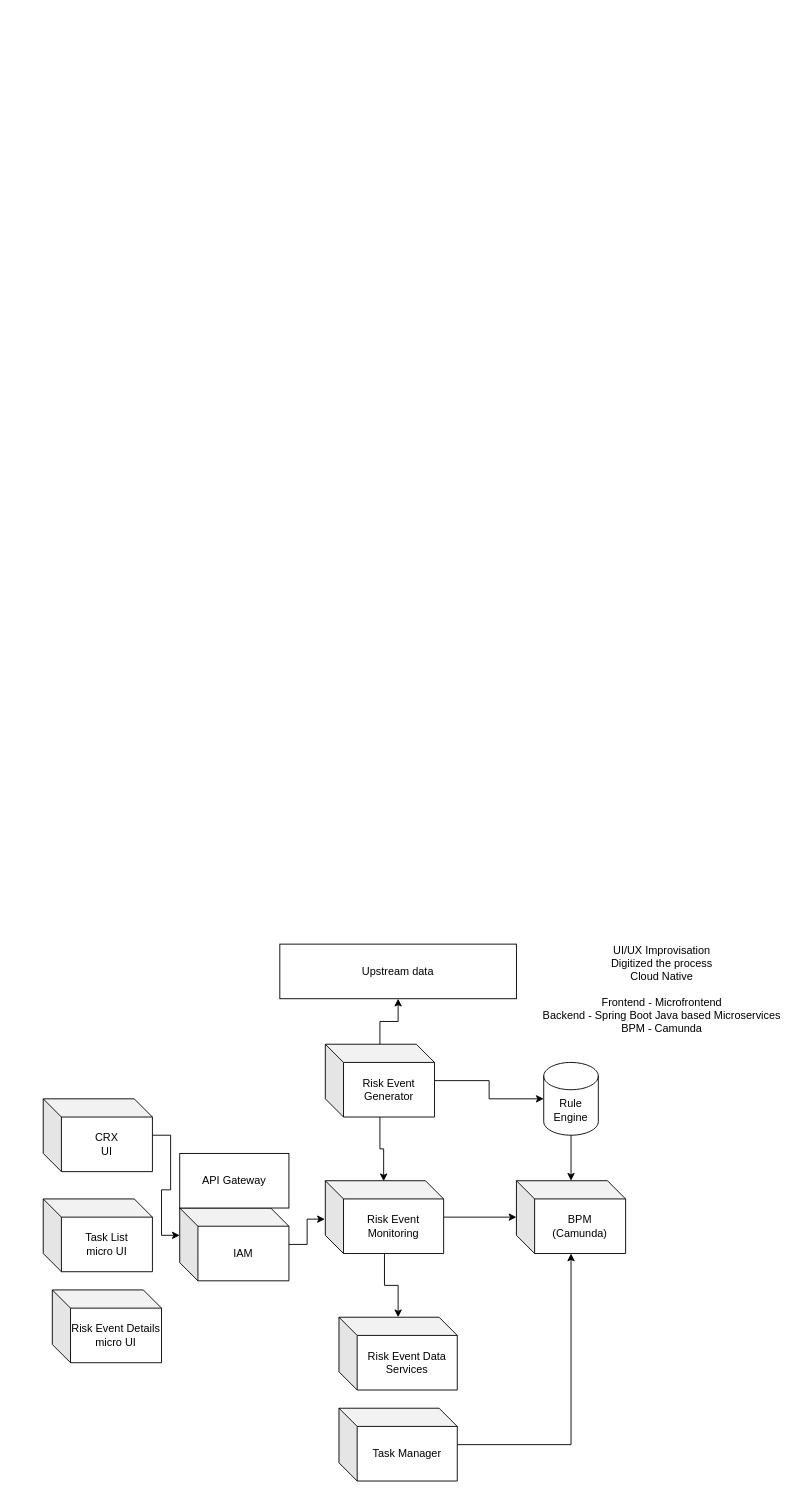
This is Untitled Diagram.drawio from achyuth-belgundi/architecture, a draw.io file, before an edit. Source tidied: cells renumbered, new cells numbered last; positions are measured from the earlier drawing's top-left corner, leaving out a move shared by most shapes. Both pictures are drawn from the tidied source at 91%, with x=0, y=0 at pixel (43, 925).
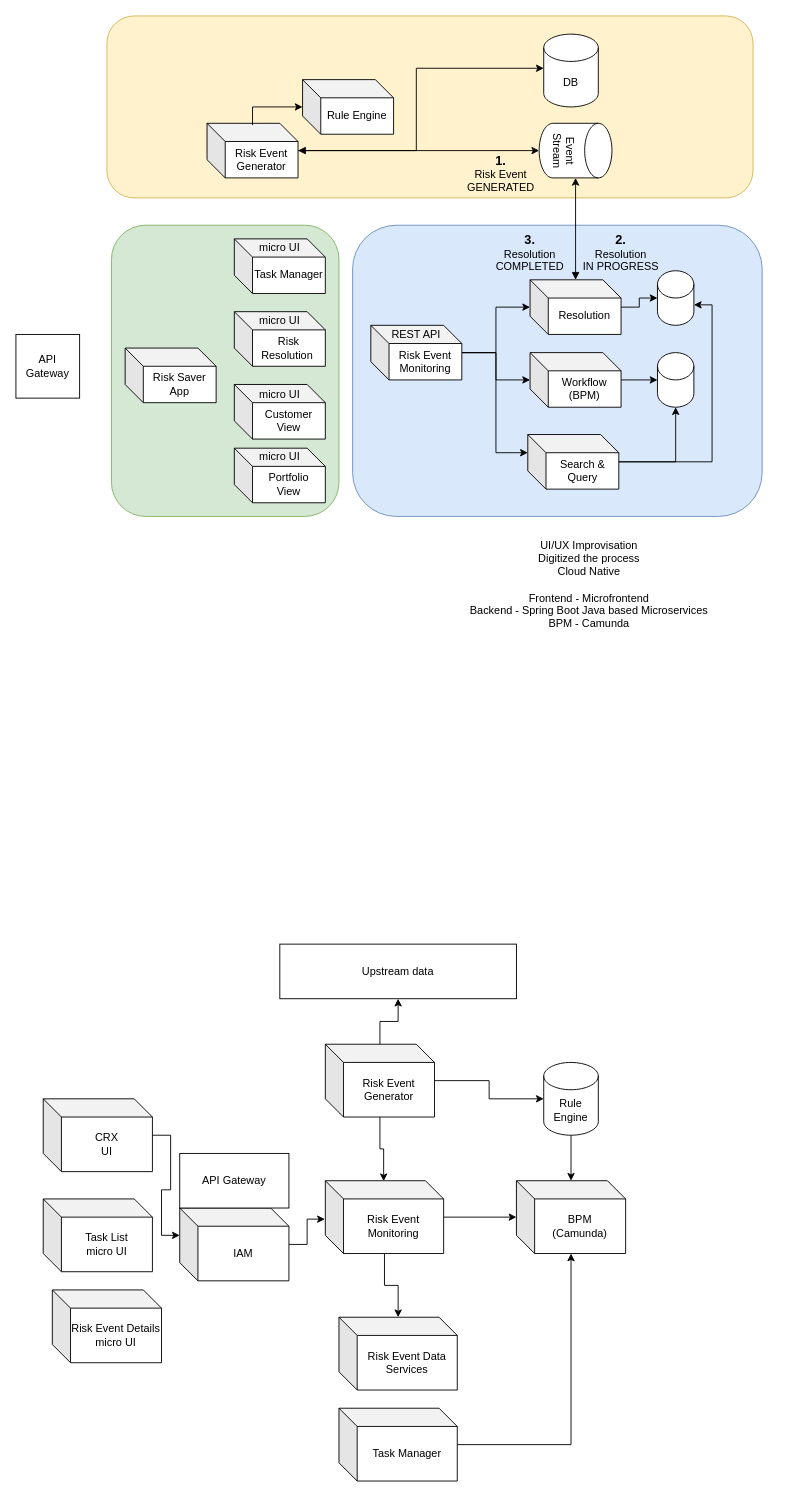
After the change.

Change to the diagram source:
```diff
@@
+    <mxCell id="24" style="rounded=1;whiteSpace=wrap;html=1;fillColor=#fff2cc;strokeColor=#d6b656;" parent="1" vertex="1">
+      <mxGeometry x="70" y="-1000" width="710" height="200" as="geometry" />
+    </mxCell>
+    <mxCell id="25" style="rounded=1;whiteSpace=wrap;html=1;fillColor=#dae8fc;strokeColor=#6c8ebf;" parent="1" vertex="1">
+      <mxGeometry x="340" y="-770" width="450" height="320" as="geometry" />
+    </mxCell>
+    <mxCell id="26" style="rounded=1;whiteSpace=wrap;html=1;fillColor=#d5e8d4;strokeColor=#82b366;" parent="1" vertex="1">
+      <mxGeometry x="75" y="-770" width="250" height="320" as="geometry" />
+    </mxCell>
     <mxCell id="2" value="UI/UX Improvisation&lt;br&gt;Digitized the process&lt;br&gt;Cloud Native&lt;br&gt;&lt;br&gt;Frontend - Microfrontend&lt;br&gt;Backend - Spring Boot Java based Microservices&lt;br&gt;BPM - Camunda" style="text;html=1;strokeColor=none;fillColor=none;align=center;verticalAlign=middle;whiteSpace=wrap;rounded=0;" parent="1" vertex="1">
-      <mxGeometry x="540" width="280" height="140" as="geometry" />
+      <mxGeometry x="460" y="-445" width="280" height="140" as="geometry" />
     </mxCell>
@@
+    <mxCell id="27" style="edgeStyle=orthogonalEdgeStyle;rounded=0;jettySize=auto;html=1;entryX=0;entryY=0;entryDx=0;entryDy=37.5;entryPerimeter=0;" parent="1" edge="1" source="29" target="40">
+      <mxGeometry relative="1" as="geometry">
+        <Array as="points">
+          <mxPoint x="410" y="-852" />
+          <mxPoint x="410" y="-942" />
+        </Array>
+      </mxGeometry>
+    </mxCell>
+    <mxCell id="28" style="edgeStyle=orthogonalEdgeStyle;rounded=0;jettySize=auto;html=1;entryX=0.5;entryY=1;entryDx=0;entryDy=0;entryPerimeter=0;startArrow=block;startFill=1;" parent="1" edge="1" source="29" target="57">
+      <mxGeometry relative="1" as="geometry">
+        <Array as="points">
+          <mxPoint x="545" y="-852" />
+        </Array>
+      </mxGeometry>
+    </mxCell>
+    <mxCell id="29" value="Risk Event Generator" style="shape=cube;whiteSpace=wrap;html=1;boundedLbl=1;backgroundOutline=1;darkOpacity=0.05;darkOpacity2=0.1;" parent="1" vertex="1">
+      <mxGeometry x="180" y="-882" width="100" height="60" as="geometry" />
+    </mxCell>
+    <mxCell id="30" style="edgeStyle=orthogonalEdgeStyle;rounded=0;jettySize=auto;html=1;" parent="1" edge="1" source="33" target="38">
+      <mxGeometry relative="1" as="geometry" />
+    </mxCell>
+    <mxCell id="31" style="edgeStyle=orthogonalEdgeStyle;rounded=0;jettySize=auto;html=1;" parent="1" edge="1" source="33" target="36">
+      <mxGeometry relative="1" as="geometry" />
+    </mxCell>
+    <mxCell id="32" style="edgeStyle=orthogonalEdgeStyle;rounded=0;jettySize=auto;html=1;entryX=0;entryY=0;entryDx=0;entryDy=20;entryPerimeter=0;" parent="1" edge="1" source="33" target="45">
+      <mxGeometry relative="1" as="geometry">
+        <Array as="points">
+          <mxPoint x="497.5" y="-630" />
+          <mxPoint x="497.5" y="-520" />
+        </Array>
+      </mxGeometry>
+    </mxCell>
+    <mxCell id="33" value="Risk Event Monitoring" style="shape=cube;whiteSpace=wrap;html=1;boundedLbl=1;backgroundOutline=1;darkOpacity=0.05;darkOpacity2=0.1;" parent="1" vertex="1">
+      <mxGeometry x="360" y="-660" width="100" height="60" as="geometry" />
+    </mxCell>
+    <mxCell id="34" style="edgeStyle=orthogonalEdgeStyle;rounded=0;jettySize=auto;html=1;entryX=0;entryY=0.5;entryDx=0;entryDy=0;entryPerimeter=0;" parent="1" edge="1" source="36" target="46">
+      <mxGeometry relative="1" as="geometry" />
+    </mxCell>
+    <mxCell id="35" style="edgeStyle=orthogonalEdgeStyle;rounded=0;jettySize=auto;html=1;startArrow=block;startFill=1;" parent="1" edge="1" source="36" target="57">
+      <mxGeometry relative="1" as="geometry" />
+    </mxCell>
+    <mxCell id="36" value="Resolution" style="shape=cube;whiteSpace=wrap;html=1;boundedLbl=1;backgroundOutline=1;darkOpacity=0.05;darkOpacity2=0.1;size=20;" parent="1" vertex="1">
+      <mxGeometry x="535" y="-710" width="100" height="60" as="geometry" />
+    </mxCell>
+    <mxCell id="37" style="edgeStyle=orthogonalEdgeStyle;rounded=0;jettySize=auto;html=1;" parent="1" edge="1" source="38" target="42">
+      <mxGeometry relative="1" as="geometry" />
+    </mxCell>
+    <mxCell id="38" value="Workflow (BPM)" style="shape=cube;whiteSpace=wrap;html=1;boundedLbl=1;backgroundOutline=1;darkOpacity=0.05;darkOpacity2=0.1;" parent="1" vertex="1">
+      <mxGeometry x="535" y="-630" width="100" height="60" as="geometry" />
+    </mxCell>
+    <mxCell id="39" value="Rule Engine" style="shape=cube;whiteSpace=wrap;html=1;boundedLbl=1;backgroundOutline=1;darkOpacity=0.05;darkOpacity2=0.1;" parent="1" vertex="1">
+      <mxGeometry x="285" y="-930" width="100" height="60" as="geometry" />
+    </mxCell>
+    <mxCell id="40" value="DB" style="shape=cylinder3;whiteSpace=wrap;html=1;boundedLbl=1;backgroundOutline=1;size=15;" parent="1" vertex="1">
+      <mxGeometry x="550" y="-980" width="60" height="80" as="geometry" />
+    </mxCell>
+    <mxCell id="41" style="endArrow=classic;html=1;rounded=0;" parent="1" edge="1" target="39">
+      <mxGeometry relative="1" as="geometry">
+        <mxPoint x="230" y="-880" as="sourcePoint" />
+        <Array as="points">
+          <mxPoint x="230" y="-900" />
+        </Array>
+      </mxGeometry>
+    </mxCell>
+    <mxCell id="42" style="shape=cylinder3;whiteSpace=wrap;html=1;boundedLbl=1;backgroundOutline=1;size=15;" parent="1" vertex="1">
+      <mxGeometry x="675" y="-630" width="40" height="60" as="geometry" />
+    </mxCell>
+    <mxCell id="43" style="edgeStyle=orthogonalEdgeStyle;rounded=0;jettySize=auto;html=1;entryX=0.5;entryY=1;entryDx=0;entryDy=0;entryPerimeter=0;" parent="1" edge="1" source="45" target="42">
+      <mxGeometry relative="1" as="geometry" />
+    </mxCell>
+    <mxCell id="44" style="edgeStyle=orthogonalEdgeStyle;rounded=0;jettySize=auto;html=1;entryX=1;entryY=0;entryDx=0;entryDy=37.5;entryPerimeter=0;" parent="1" edge="1" source="45" target="46">
+      <mxGeometry relative="1" as="geometry" />
+    </mxCell>
+    <mxCell id="45" value="Search &amp;amp; Query" style="shape=cube;whiteSpace=wrap;html=1;boundedLbl=1;backgroundOutline=1;darkOpacity=0.05;darkOpacity2=0.1;" parent="1" vertex="1">
+      <mxGeometry x="532.5" y="-540" width="100" height="60" as="geometry" />
+    </mxCell>
+    <mxCell id="46" style="shape=cylinder3;whiteSpace=wrap;html=1;boundedLbl=1;backgroundOutline=1;size=15;" parent="1" vertex="1">
+      <mxGeometry x="675" y="-720" width="40" height="60" as="geometry" />
+    </mxCell>
+    <mxCell id="47" value="API&lt;br&gt;Gateway" style="whiteSpace=wrap;html=1;" parent="1" vertex="1">
+      <mxGeometry x="-30" y="-650" width="70" height="70" as="geometry" />
+    </mxCell>
+    <mxCell id="48" value="Task Manager" style="shape=cube;whiteSpace=wrap;html=1;boundedLbl=1;backgroundOutline=1;darkOpacity=0.05;darkOpacity2=0.1;" parent="1" vertex="1">
+      <mxGeometry x="210" y="-755" width="100" height="60" as="geometry" />
+    </mxCell>
+    <mxCell id="49" value="Risk Resolution&amp;nbsp;" style="shape=cube;whiteSpace=wrap;html=1;boundedLbl=1;backgroundOutline=1;darkOpacity=0.05;darkOpacity2=0.1;" parent="1" vertex="1">
+      <mxGeometry x="210" y="-675" width="100" height="60" as="geometry" />
+    </mxCell>
+    <mxCell id="50" value="Customer View" style="shape=cube;whiteSpace=wrap;html=1;boundedLbl=1;backgroundOutline=1;darkOpacity=0.05;darkOpacity2=0.1;" parent="1" vertex="1">
+      <mxGeometry x="210" y="-595" width="100" height="60" as="geometry" />
+    </mxCell>
+    <mxCell id="51" value="Portfolio &lt;br&gt;View" style="shape=cube;whiteSpace=wrap;html=1;boundedLbl=1;backgroundOutline=1;darkOpacity=0.05;darkOpacity2=0.1;" parent="1" vertex="1">
+      <mxGeometry x="210" y="-525" width="100" height="60" as="geometry" />
+    </mxCell>
+    <mxCell id="52" value="micro UI" style="text;html=1;strokeColor=none;fillColor=none;align=center;verticalAlign=middle;whiteSpace=wrap;rounded=0;" parent="1" vertex="1">
+      <mxGeometry x="230" y="-760" width="60" height="30" as="geometry" />
+    </mxCell>
+    <mxCell id="53" value="micro UI" style="text;html=1;strokeColor=none;fillColor=none;align=center;verticalAlign=middle;whiteSpace=wrap;rounded=0;" parent="1" vertex="1">
+      <mxGeometry x="230" y="-680" width="60" height="30" as="geometry" />
+    </mxCell>
+    <mxCell id="54" value="micro UI" style="text;html=1;strokeColor=none;fillColor=none;align=center;verticalAlign=middle;whiteSpace=wrap;rounded=0;" parent="1" vertex="1">
+      <mxGeometry x="230" y="-595" width="60" height="22" as="geometry" />
+    </mxCell>
+    <mxCell id="55" value="micro UI" style="text;html=1;strokeColor=none;fillColor=none;align=center;verticalAlign=middle;whiteSpace=wrap;rounded=0;" parent="1" vertex="1">
+      <mxGeometry x="230" y="-530" width="60" height="30" as="geometry" />
+    </mxCell>
+    <mxCell id="56" value="Risk Saver&lt;br&gt;App" style="shape=cube;whiteSpace=wrap;html=1;boundedLbl=1;backgroundOutline=1;darkOpacity=0.05;darkOpacity2=0.1;" parent="1" vertex="1">
+      <mxGeometry x="90" y="-635" width="100" height="60" as="geometry" />
+    </mxCell>
+    <mxCell id="57" value="Event Stream" style="shape=cylinder3;whiteSpace=wrap;html=1;boundedLbl=1;backgroundOutline=1;size=15;rotation=90;" parent="1" vertex="1">
+      <mxGeometry x="555" y="-892" width="60" height="80" as="geometry" />
+    </mxCell>
+    <mxCell id="58" value="&lt;font style=&quot;font-size: 14px;&quot;&gt;&lt;b&gt;1. &lt;/b&gt;&lt;/font&gt;&lt;br&gt;Risk Event GENERATED" style="text;html=1;strokeColor=none;fillColor=none;align=center;verticalAlign=middle;whiteSpace=wrap;rounded=0;" parent="1" vertex="1">
+      <mxGeometry x="472.5" y="-842" width="60" height="30" as="geometry" />
+    </mxCell>
+    <mxCell id="59" value="&lt;b&gt;&lt;font style=&quot;font-size: 14px;&quot;&gt;2. &lt;br&gt;&lt;/font&gt;&lt;/b&gt;Resolution &lt;br&gt;&lt;font style=&quot;font-size: 12px;&quot;&gt;IN PROGRESS&lt;/font&gt;" style="text;html=1;strokeColor=none;fillColor=none;align=center;verticalAlign=middle;whiteSpace=wrap;rounded=0;" parent="1" vertex="1">
+      <mxGeometry x="590" y="-755" width="90" height="30" as="geometry" />
+    </mxCell>
+    <mxCell id="60" value="&lt;b&gt;&lt;font style=&quot;font-size: 14px;&quot;&gt;3.&lt;br&gt;&lt;/font&gt;&lt;/b&gt;Resolution COMPLETED" style="text;html=1;strokeColor=none;fillColor=none;align=center;verticalAlign=middle;whiteSpace=wrap;rounded=0;" parent="1" vertex="1">
+      <mxGeometry x="500" y="-755" width="70" height="30" as="geometry" />
+    </mxCell>
+    <mxCell id="61" value="REST API" style="text;html=1;strokeColor=none;fillColor=none;align=center;verticalAlign=middle;whiteSpace=wrap;rounded=0;" parent="1" vertex="1">
+      <mxGeometry x="380" y="-665" width="60" height="30" as="geometry" />
+    </mxCell>
```
